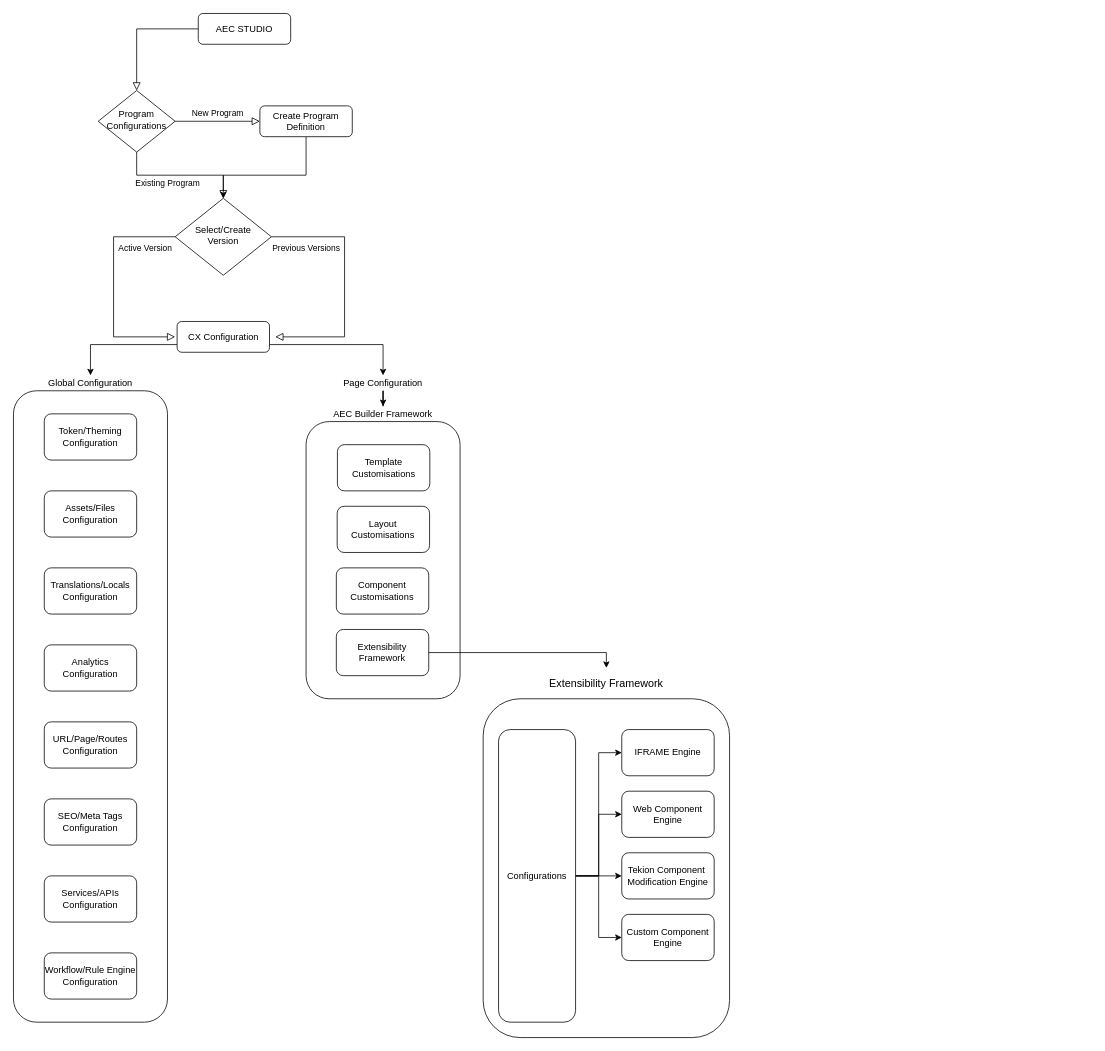
Above: AEC-Studio.drawio in ssharifdev/draw.io (draw.io), before the change. Source tidied: cells renumbered, new cells numbered last; positions are measured from the earlier drawing's top-left corner, leaving out a move shared by most shapes. Both pictures are drawn from the tidied source at 77%, with x=0, y=0 at pixel (13, 13).
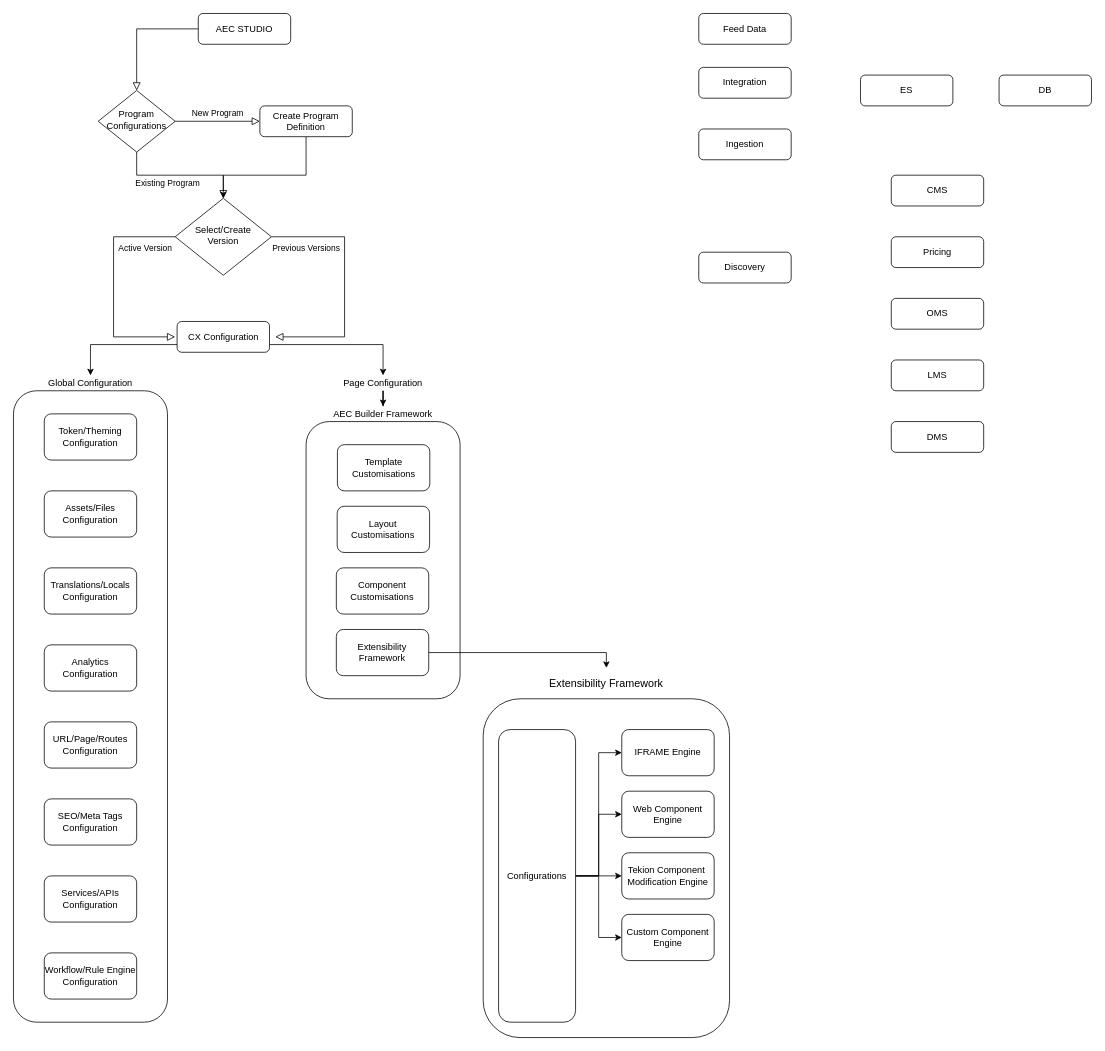
After the change.

The edit, as a diff of the source:
```diff
@@
+    <mxCell id="48" value="Discovery" style="rounded=1;whiteSpace=wrap;html=1;fontSize=12;glass=0;strokeWidth=1;shadow=0;" parent="1" vertex="1">
+      <mxGeometry x="890" y="310" width="120" height="40" as="geometry" />
+    </mxCell>
+    <mxCell id="49" value="Feed Data" style="rounded=1;whiteSpace=wrap;html=1;fontSize=12;glass=0;strokeWidth=1;shadow=0;" parent="1" vertex="1">
+      <mxGeometry x="890" width="120" height="40" as="geometry" />
+    </mxCell>
+    <mxCell id="50" value="ES" style="rounded=1;whiteSpace=wrap;html=1;fontSize=12;glass=0;strokeWidth=1;shadow=0;" parent="1" vertex="1">
+      <mxGeometry x="1100" y="80" width="120" height="40" as="geometry" />
+    </mxCell>
+    <mxCell id="51" value="Integration" style="rounded=1;whiteSpace=wrap;html=1;fontSize=12;glass=0;strokeWidth=1;shadow=0;" parent="1" vertex="1">
+      <mxGeometry x="890" y="70" width="120" height="40" as="geometry" />
+    </mxCell>
+    <mxCell id="52" value="Pricing" style="rounded=1;whiteSpace=wrap;html=1;fontSize=12;glass=0;strokeWidth=1;shadow=0;" parent="1" vertex="1">
+      <mxGeometry x="1140" y="290" width="120" height="40" as="geometry" />
+    </mxCell>
+    <mxCell id="53" value="OMS" style="rounded=1;whiteSpace=wrap;html=1;fontSize=12;glass=0;strokeWidth=1;shadow=0;" parent="1" vertex="1">
+      <mxGeometry x="1140" y="370" width="120" height="40" as="geometry" />
+    </mxCell>
+    <mxCell id="54" value="LMS" style="rounded=1;whiteSpace=wrap;html=1;fontSize=12;glass=0;strokeWidth=1;shadow=0;" parent="1" vertex="1">
+      <mxGeometry x="1140" y="450" width="120" height="40" as="geometry" />
+    </mxCell>
+    <mxCell id="55" value="DMS" style="rounded=1;whiteSpace=wrap;html=1;fontSize=12;glass=0;strokeWidth=1;shadow=0;" parent="1" vertex="1">
+      <mxGeometry x="1140" y="530" width="120" height="40" as="geometry" />
+    </mxCell>
+    <mxCell id="56" value="DB" style="rounded=1;whiteSpace=wrap;html=1;fontSize=12;glass=0;strokeWidth=1;shadow=0;" parent="1" vertex="1">
+      <mxGeometry x="1280" y="80" width="120" height="40" as="geometry" />
+    </mxCell>
+    <mxCell id="57" value="CMS" style="rounded=1;whiteSpace=wrap;html=1;fontSize=12;glass=0;strokeWidth=1;shadow=0;" parent="1" vertex="1">
+      <mxGeometry x="1140" y="210" width="120" height="40" as="geometry" />
+    </mxCell>
+    <mxCell id="58" value="Ingestion" style="rounded=1;whiteSpace=wrap;html=1;fontSize=12;glass=0;strokeWidth=1;shadow=0;" parent="1" vertex="1">
+      <mxGeometry x="890" y="150" width="120" height="40" as="geometry" />
+    </mxCell>
```
